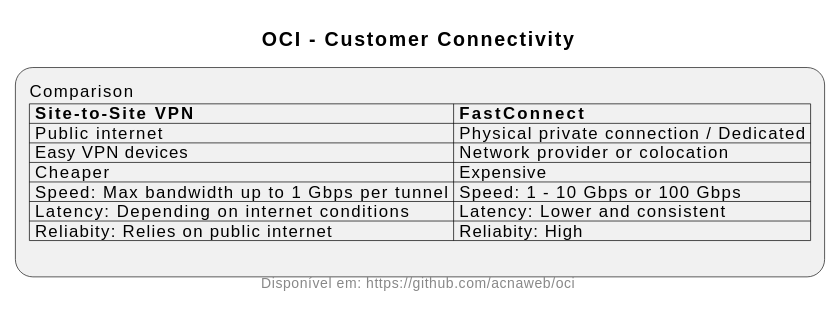
Before: assets/docs/src/connectivity/connectivity.svg, a diagram exported from PlantUML (acnaweb/oci).
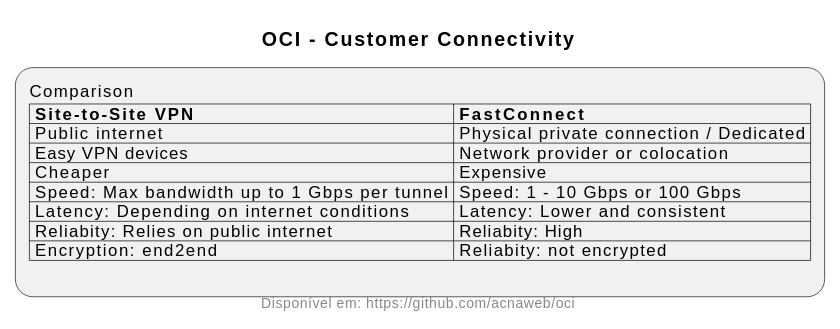
Later version of the same file.

Change to the diagram source:
```diff
@@ -10,5 +10,6 @@
 | Speed: Max bandwidth up to 1 Gbps per tunnel | Speed: 1 - 10 Gbps or 100 Gbps |
 | Latency: Depending on internet conditions | Latency: Lower and consistent |
 | Reliabity: Relies on public internet | Reliabity: High |
+| Encryption: end2end | Reliabity: not encrypted |
 ;
 @enduml
```
